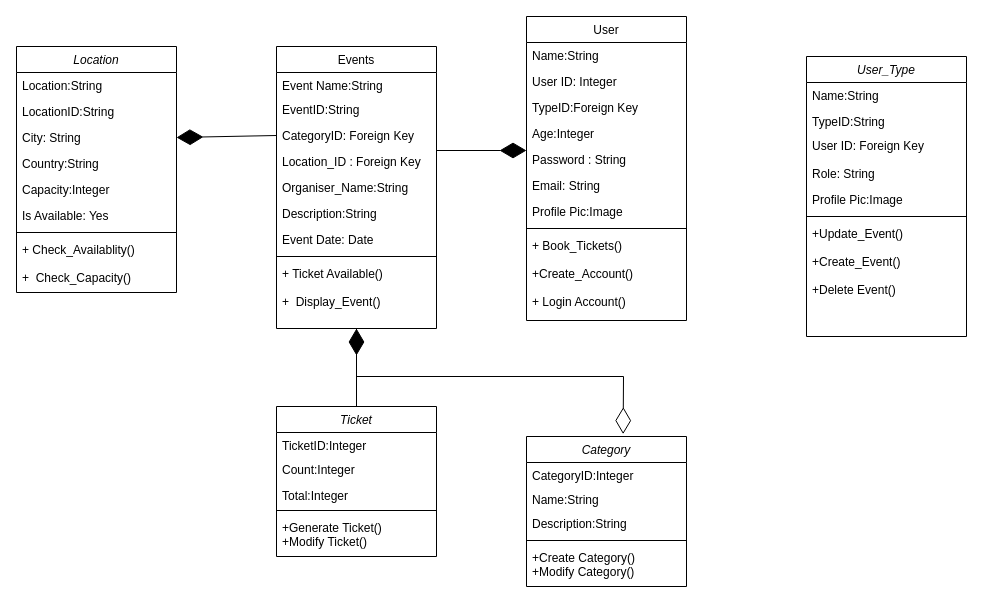
The draw.io diagram Untitled Diagram.drawio in Stormtroopper/HTML-layout-learning, before the edit. Source tidied: cells renumbered, new cells numbered last; positions are measured from the earlier drawing's top-left corner, leaving out a move shared by most shapes. Both pictures are drawn from the tidied source at 100%, with x=0, y=0 at pixel (16, 16).
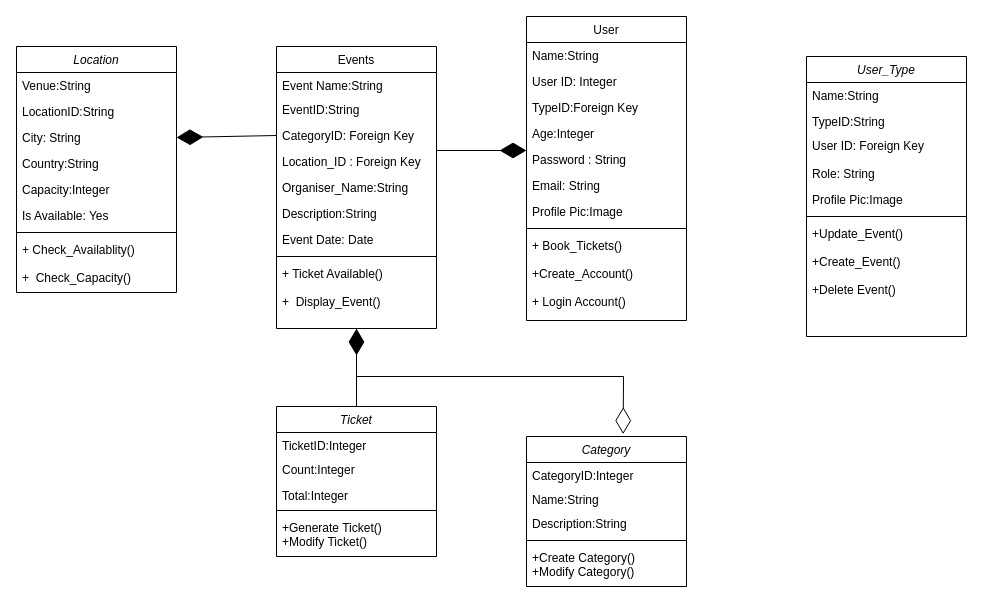
The same diagram, later.

Unchanged cells that the change refers to:
```xml
<mxCell id="37" value="Location" style="swimlane;fontStyle=2;align=center;verticalAlign=top;horizontal=1;startSize=26;rounded=0;shadow=0;strokeWidth=1;" parent="1" vertex="1">
  <mxGeometry y="30" width="160" height="246" as="geometry" />
</mxCell>
```

What changed in the source:
```diff
@@
-    <mxCell id="38" value="Location:String" style="text;align=left;verticalAlign=top;spacingLeft=4;spacingRight=4;overflow=hidden;rounded=0;shadow=0;html=0;" parent="37" vertex="1">
+    <mxCell id="38" value="Venue:String" style="text;align=left;verticalAlign=top;spacingLeft=4;spacingRight=4;overflow=hidden;rounded=0;shadow=0;html=0;" parent="37" vertex="1">
       <mxGeometry y="26" width="160" height="26" as="geometry" />
     </mxCell>
```
